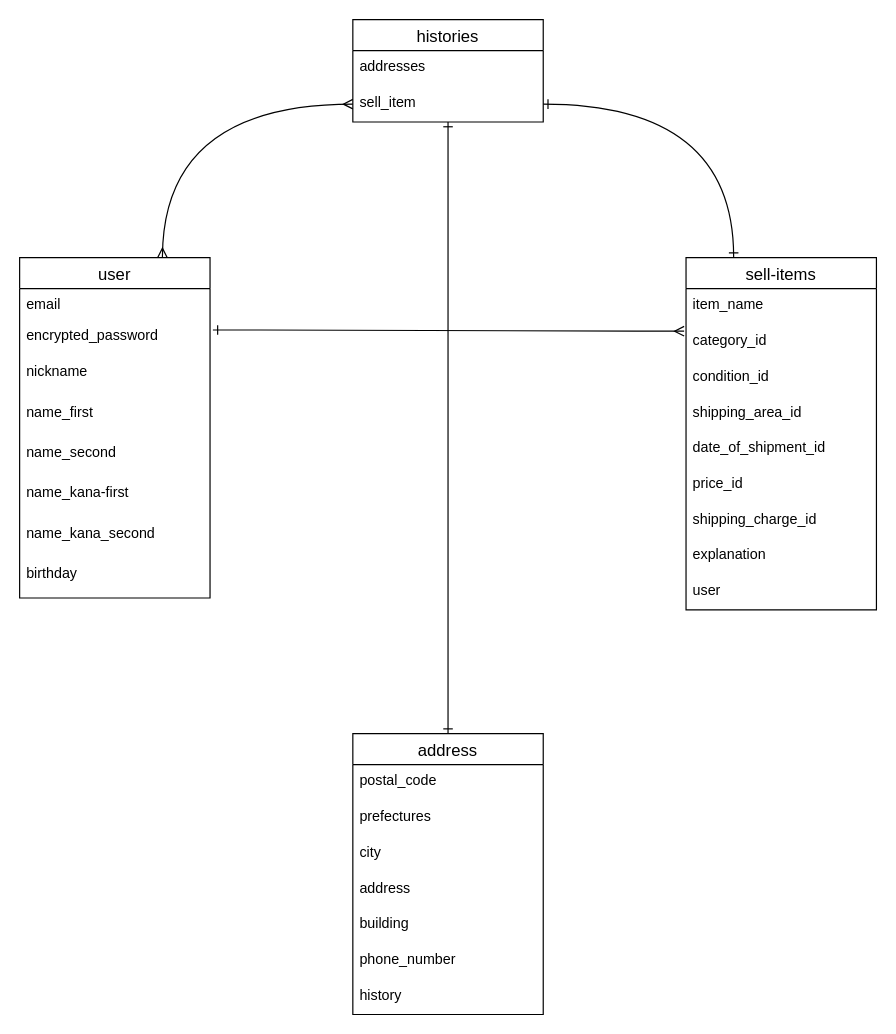
This is hurima.dio from Tsutomu-sasaki1/furima-31549, a draw.io file, before an edit. Source tidied: cells renumbered, new cells numbered last; positions are measured from the earlier drawing's top-left corner, leaving out a move shared by most shapes. Both pictures are drawn from the tidied source at 119%, with x=0, y=0 at pixel (19, 19).
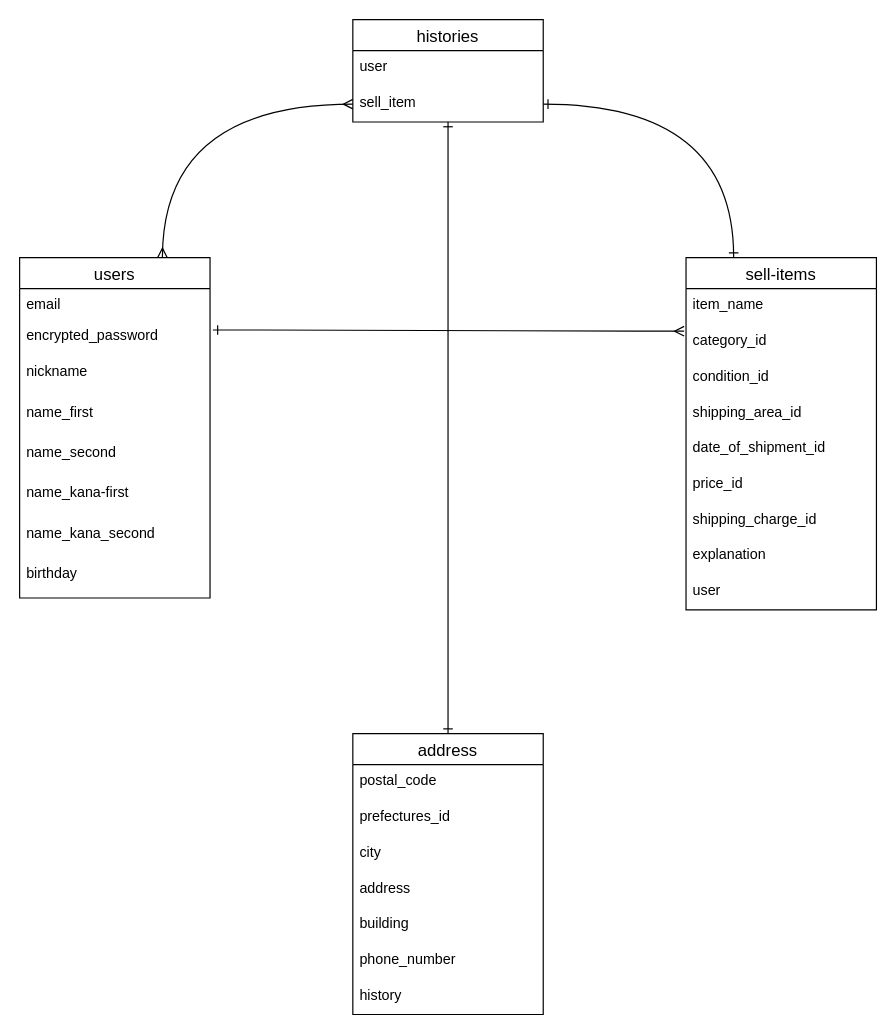
Above is the later version.

Commit message (it also covers changes not shown here):
prefecturesに"_id"を追加

Unchanged cells that the change refers to:
```xml
<mxCell id="13" value="address" style="swimlane;fontStyle=0;horizontal=1;startSize=26;align=center;fontSize=14;" parent="1" vertex="1">
  <mxGeometry x="280" y="600" width="160" height="236" as="geometry" />
</mxCell>
<mxCell id="31" value="histories" style="swimlane;fontStyle=0;horizontal=1;startSize=26;align=center;fontSize=14;" parent="1" vertex="1">
  <mxGeometry x="280" width="160" height="86" as="geometry" />
</mxCell>
```

What changed in the source:
```diff
@@
-    <mxCell id="3" value="user" style="swimlane;fontStyle=0;horizontal=1;startSize=26;align=center;fontSize=14;" parent="1" vertex="1">
+    <mxCell id="3" value="users" style="swimlane;fontStyle=0;horizontal=1;startSize=26;align=center;fontSize=14;" parent="1" vertex="1">
       <mxGeometry y="200" width="160" height="286" as="geometry" />
     </mxCell>
@@
-    <mxCell id="15" value="prefectures" style="text;strokeColor=none;fillColor=none;spacingLeft=4;spacingRight=4;overflow=hidden;fontSize=12;" parent="13" vertex="1">
+    <mxCell id="15" value="prefectures_id" style="text;strokeColor=none;fillColor=none;spacingLeft=4;spacingRight=4;overflow=hidden;fontSize=12;" parent="13" vertex="1">
       <mxGeometry y="56" width="160" height="30" as="geometry" />
     </mxCell>
@@
-    <mxCell id="32" value="addresses" style="text;strokeColor=none;fillColor=none;spacingLeft=4;spacingRight=4;overflow=hidden;fontSize=12;" parent="31" vertex="1">
+    <mxCell id="32" value="user" style="text;strokeColor=none;fillColor=none;spacingLeft=4;spacingRight=4;overflow=hidden;fontSize=12;" parent="31" vertex="1">
       <mxGeometry y="26" width="160" height="30" as="geometry" />
     </mxCell>
```
